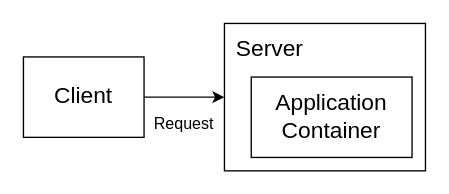
Earlier version of the draw.io diagram NASA-graph/docker internet port.drawio (Vincent550102/NASA-graph). Source tidied: cells renumbered, new cells numbered last; positions are measured from the earlier drawing's top-left corner, leaving out a move shared by most shapes. Both pictures are drawn from the tidied source at 134%, with x=0, y=0 at pixel (23, 23).
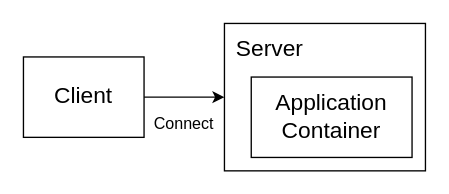
The same diagram, later.

Diff of the diagram source:
```diff
@@
 <mxGraphModel>
   <root>
     <mxCell id="0" />
     <mxCell id="1" parent="0" />
     <mxCell id="2" style="rounded=0;whiteSpace=wrap;html=1;" parent="1" vertex="1">
       <mxGeometry x="150" width="150" height="110" as="geometry" />
     </mxCell>
     <mxCell id="3" value="&lt;font style=&quot;font-size: 17px&quot;&gt;Server&lt;/font&gt;" style="text;html=1;strokeColor=none;fillColor=none;align=center;verticalAlign=middle;whiteSpace=wrap;rounded=0;" parent="1" vertex="1">
       <mxGeometry x="164" y="10" width="40" height="20" as="geometry" />
     </mxCell>
     <mxCell id="4" style="rounded=0;whiteSpace=wrap;html=1;" parent="1" vertex="1">
       <mxGeometry x="170" y="40" width="120" height="60" as="geometry" />
     </mxCell>
     <mxCell id="5" value="&lt;font style=&quot;font-size: 17px&quot;&gt;Application&lt;br&gt;Container&lt;/font&gt;" style="text;html=1;strokeColor=none;fillColor=none;align=center;verticalAlign=middle;whiteSpace=wrap;rounded=0;" parent="1" vertex="1">
       <mxGeometry x="210" y="60" width="40" height="20" as="geometry" />
     </mxCell>
     <mxCell id="6" style="edgeStyle=orthogonalEdgeStyle;rounded=0;jettySize=auto;html=1;entryX=0;entryY=0.5;entryDx=0;entryDy=0;" parent="1" edge="1" source="7" target="2">
       <mxGeometry relative="1" as="geometry" />
     </mxCell>
     <mxCell id="7" style="rounded=0;whiteSpace=wrap;html=1;" parent="1" vertex="1">
       <mxGeometry y="25" width="90" height="60" as="geometry" />
     </mxCell>
     <mxCell id="8" value="&lt;font style=&quot;font-size: 17px&quot;&gt;Client&lt;/font&gt;" style="text;html=1;strokeColor=none;fillColor=none;align=center;verticalAlign=middle;whiteSpace=wrap;rounded=0;" parent="1" vertex="1">
       <mxGeometry x="25" y="45" width="40" height="20" as="geometry" />
     </mxCell>
-    <mxCell id="9" value="Request" style="text;html=1;strokeColor=none;fillColor=none;align=center;verticalAlign=middle;whiteSpace=wrap;rounded=0;" parent="1" vertex="1">
+    <mxCell id="9" value="Connect" style="text;html=1;strokeColor=none;fillColor=none;align=center;verticalAlign=middle;whiteSpace=wrap;rounded=0;" parent="1" vertex="1">
       <mxGeometry x="100" y="65" width="40" height="20" as="geometry" />
     </mxCell>
   </root>
 </mxGraphModel>
```
